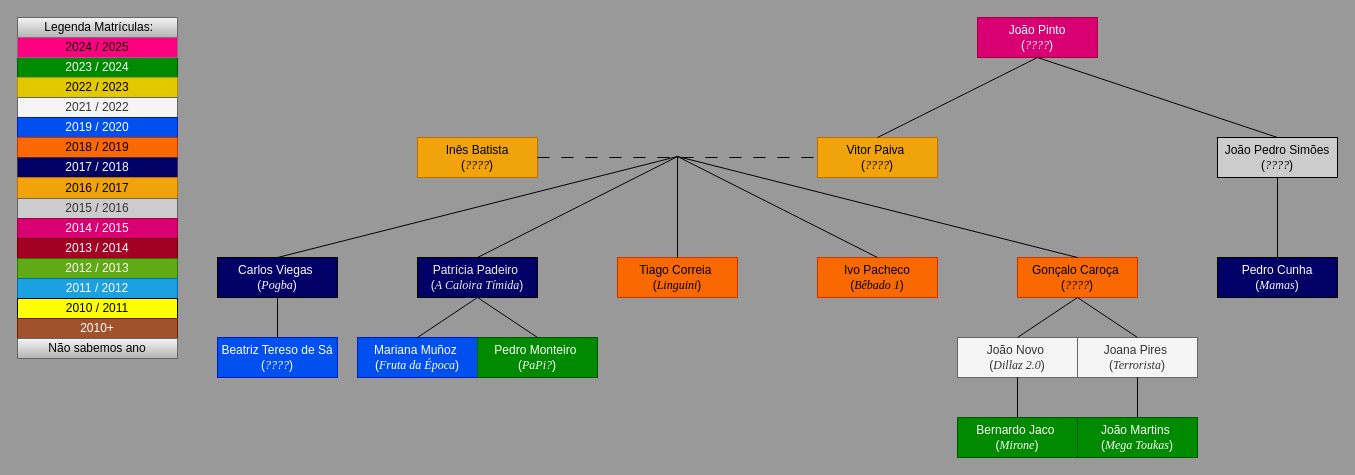
The draw.io diagram Draw.io/Familia_do_João_Pinto.drawio in pdmtmr/PDMTMRTESTLOCATION-AKA-ARBUSTO, before the edit. Source tidied: cells renumbered, new cells numbered last; positions are measured from the earlier drawing's top-left corner, leaving out a move shared by most shapes. Both pictures are drawn from the tidied source at 100%, with x=0, y=0 at pixel (17, 17).
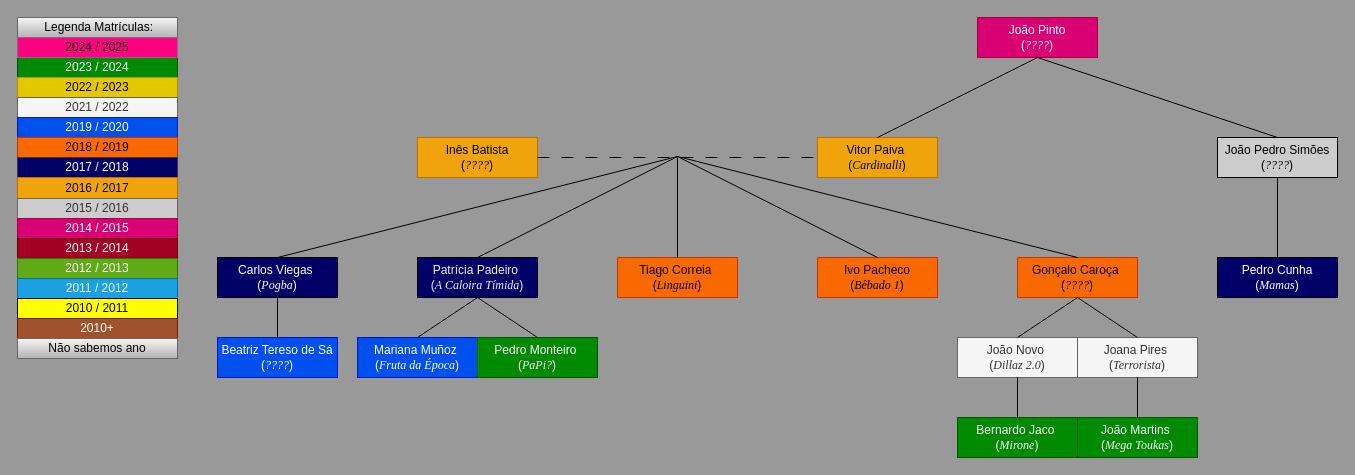
Above is the later version.

Change to the diagram source:
```diff
@@
-    <mxCell id="18" value="&lt;div&gt;Vitor Paiva&amp;nbsp;&lt;/div&gt;&lt;div&gt;(&lt;i&gt;&lt;font face=&quot;Times New Roman&quot;&gt;????&lt;/font&gt;&lt;/i&gt;)&lt;/div&gt;" style="rounded=0;whiteSpace=wrap;html=1;fillColor=#f0a30a;fontColor=#000000;strokeColor=#BD7000;" parent="1" vertex="1">
+    <mxCell id="18" value="&lt;div&gt;Vitor Paiva&amp;nbsp;&lt;/div&gt;&lt;div&gt;(&lt;font face=&quot;Times New Roman&quot;&gt;&lt;i&gt;Cardinalli&lt;/i&gt;&lt;/font&gt;)&lt;/div&gt;" style="rounded=0;whiteSpace=wrap;html=1;fillColor=#f0a30a;fontColor=#000000;strokeColor=#BD7000;" parent="1" vertex="1">
       <mxGeometry x="800" y="120" width="120" height="40" as="geometry" />
     </mxCell>
```
